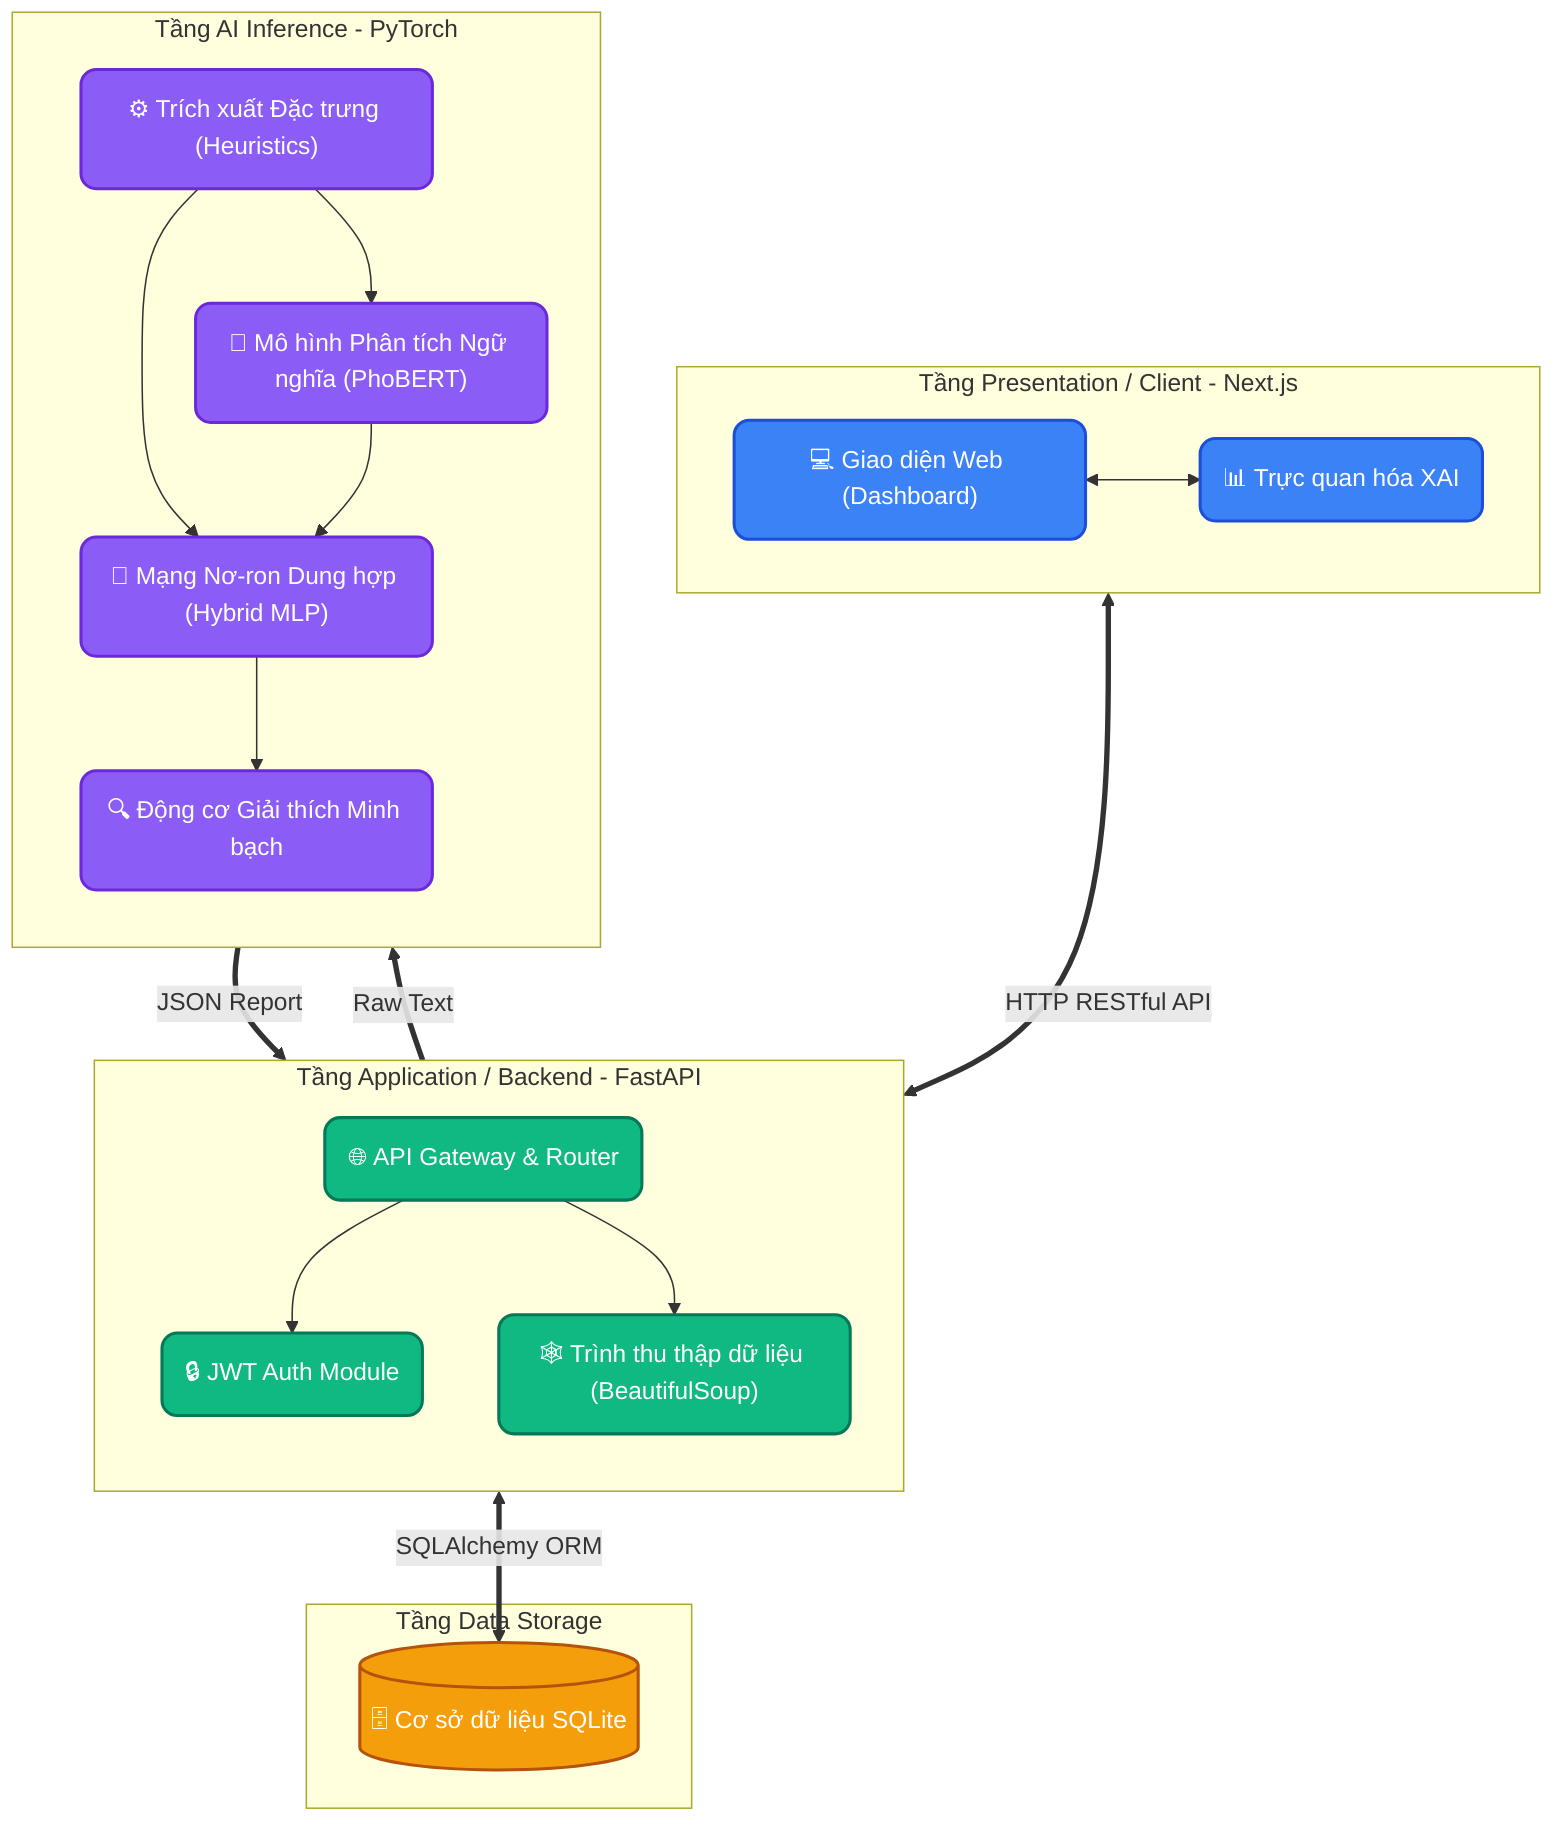
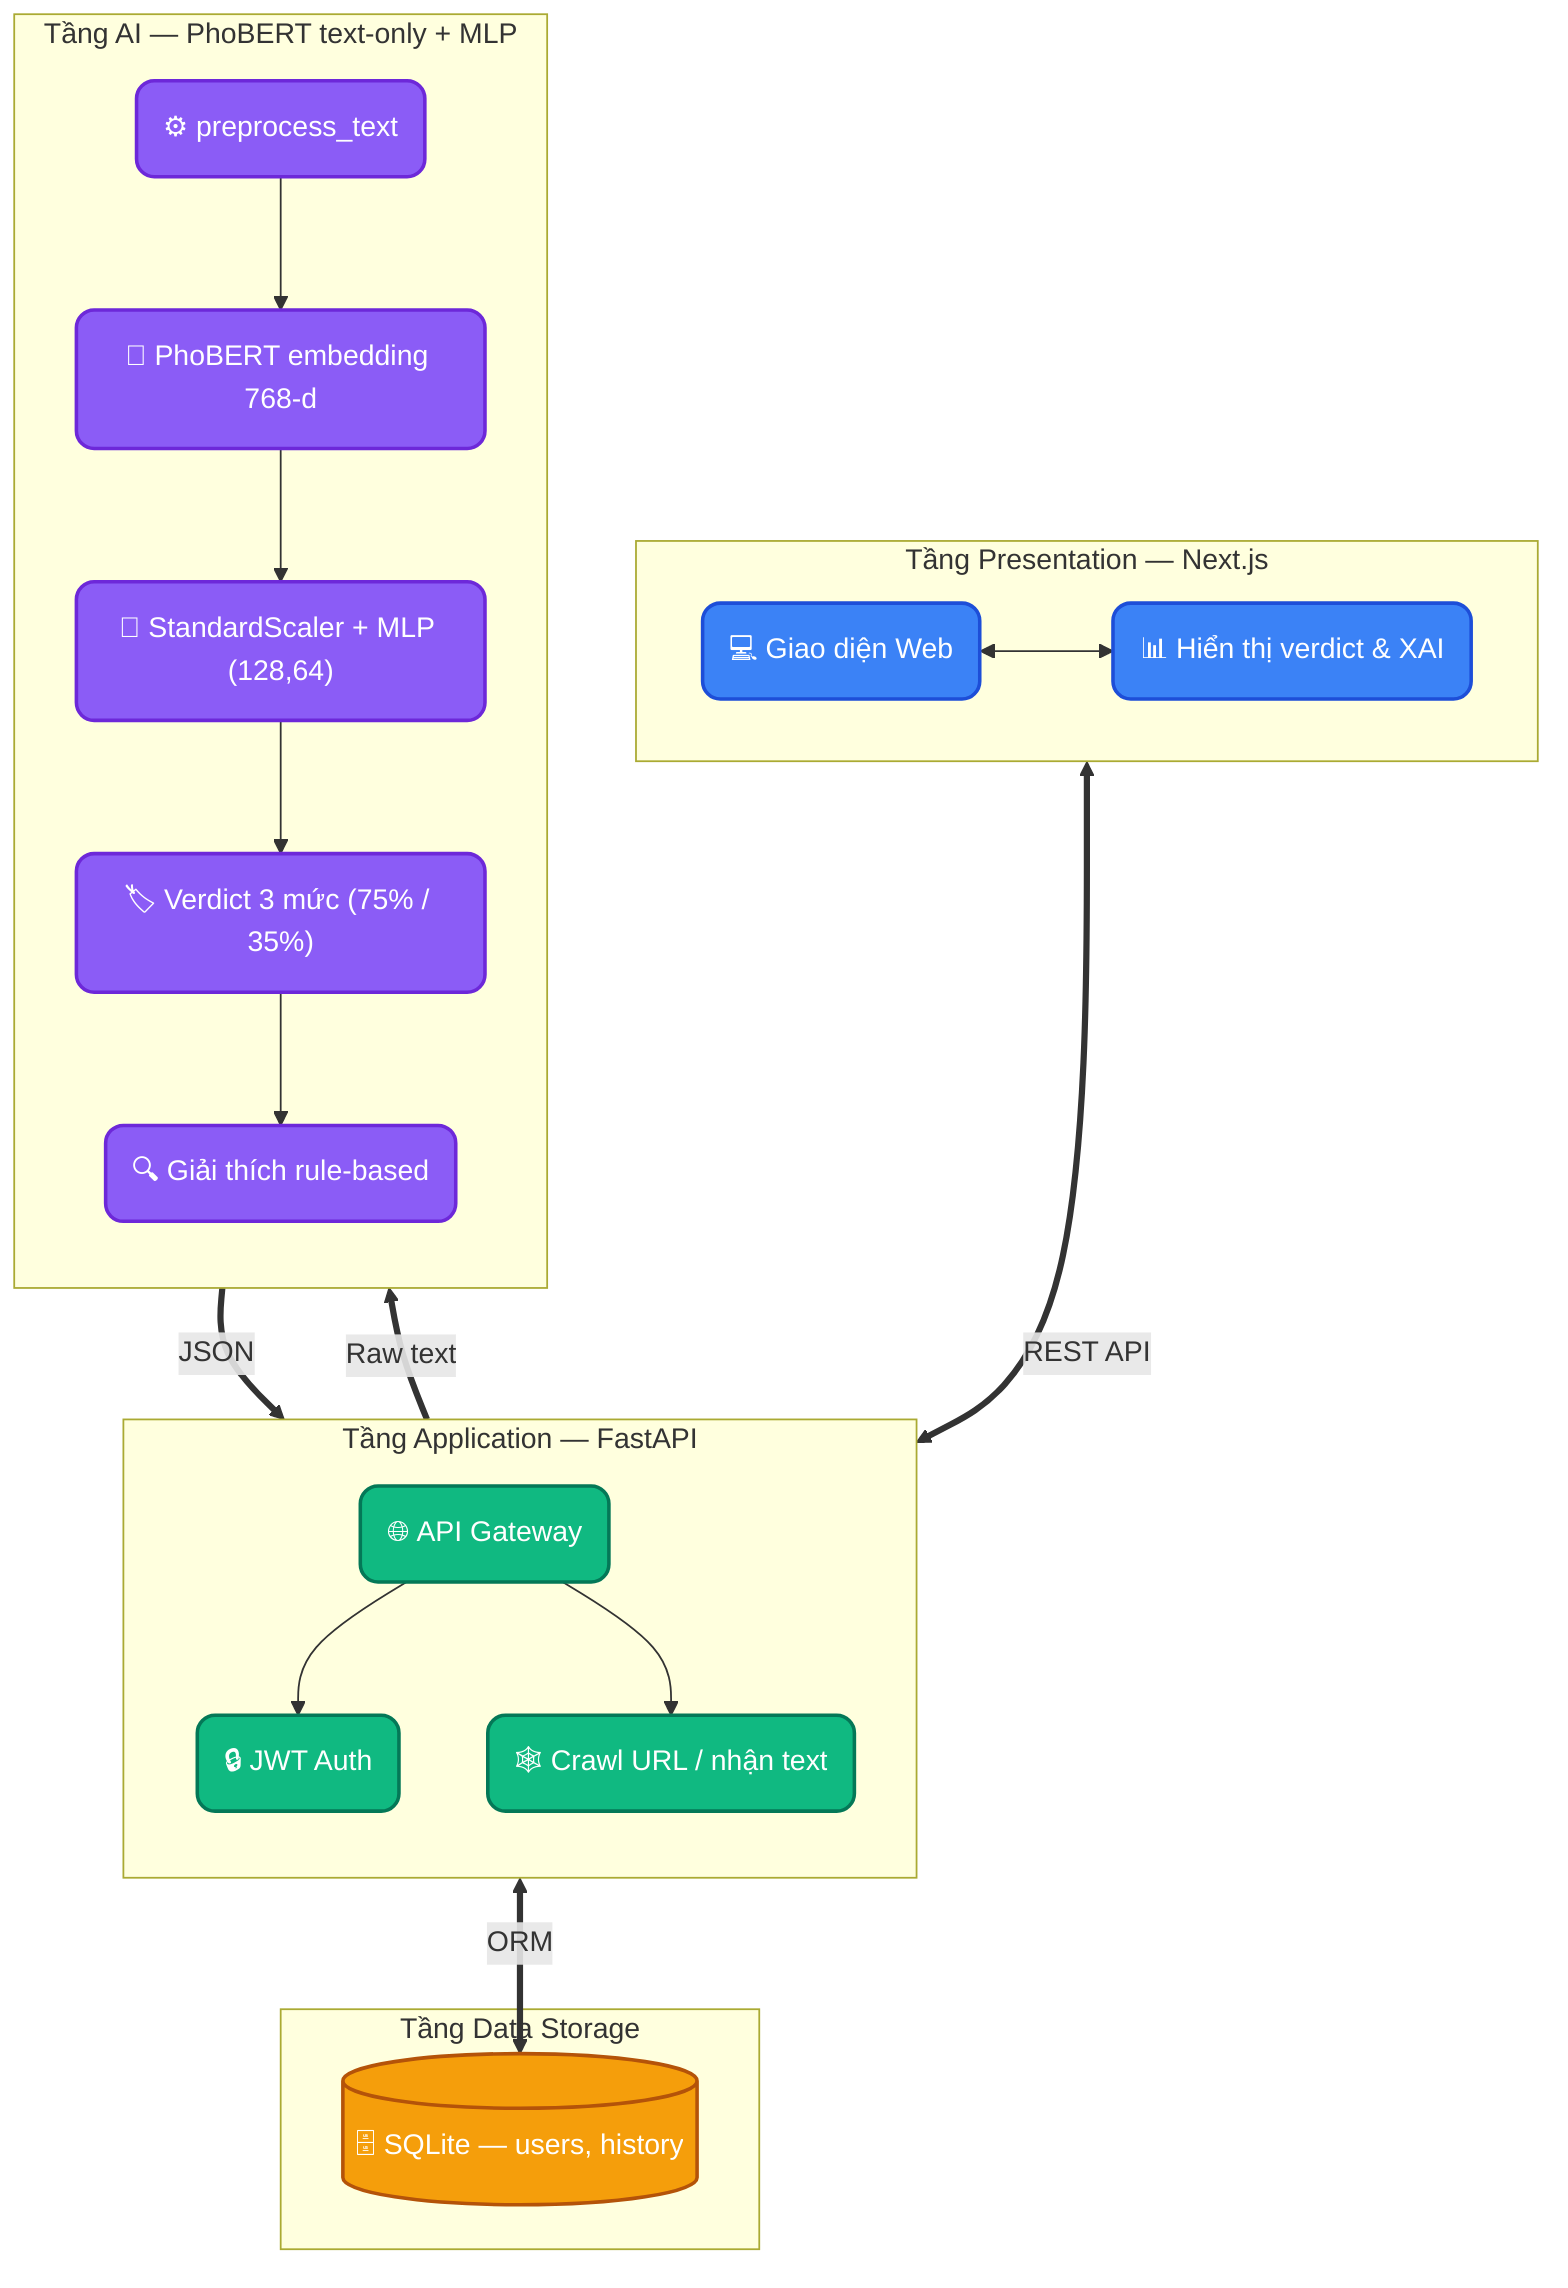
flowchart TB
-     %% Khai báo style CSS cho các node
    classDef client fill:#3b82f6,stroke:#1d4ed8,stroke-width:2px,color:#fff,rx:10px,ry:10px
    classDef api fill:#10b981,stroke:#047857,stroke-width:2px,color:#fff,rx:10px,ry:10px
    classDef ml fill:#8b5cf6,stroke:#6d28d9,stroke-width:2px,color:#fff,rx:10px,ry:10px
    classDef db fill:#f59e0b,stroke:#b45309,stroke-width:2px,color:#fff

-     subgraph TIER_CLIENT [Tầng Presentation / Client - Next.js]
+     subgraph TIER_CLIENT [Tầng Presentation — Next.js]
        direction LR
-         UI("💻 Giao diện Web (Dashboard)"):::client
-         XAI_UI("📊 Trực quan hóa XAI"):::client
+         UI("💻 Giao diện Web"):::client
+         XAI_UI("📊 Hiển thị verdict & XAI"):::client
        UI <--> XAI_UI
    end

-     subgraph TIER_SERVER [Tầng Application / Backend - FastAPI]
+     subgraph TIER_SERVER [Tầng Application — FastAPI]
        direction TB
-         Gateway("🌐 API Gateway & Router"):::api
-         Auth("🔒 JWT Auth Module"):::api
-         Scraper("🕸️ Trình thu thập dữ liệu (BeautifulSoup)"):::api
- 
+         Gateway("🌐 API Gateway"):::api
+         Auth("🔒 JWT Auth"):::api
+         Scraper("🕸️ Crawl URL / nhận text"):::api
        Gateway --> Auth
        Gateway --> Scraper
    end

-     subgraph TIER_ML [Tầng AI Inference - PyTorch]
+     subgraph TIER_ML [Tầng AI — PhoBERT text-only + MLP]
        direction TB
-         FeatureExt("⚙️ Trích xuất Đặc trưng (Heuristics)"):::ml
-         PhoBERT("🧠 Mô hình Phân tích Ngữ nghĩa (PhoBERT)"):::ml
-         MLP("🔀 Mạng Nơ-ron Dung hợp (Hybrid MLP)"):::ml
-         XAI("🔍 Động cơ Giải thích Minh bạch"):::ml
+         Preprocess("⚙️ preprocess_text"):::ml
+         PhoBERT("🧠 PhoBERT embedding 768-d"):::ml
+         ScalerMLP("📐 StandardScaler + MLP (128,64)"):::ml
+         Verdict("🏷️ Verdict 3 mức (75% / 35%)"):::ml
+         XAI("🔍 Giải thích rule-based"):::ml

-         FeatureExt --> PhoBERT
-         FeatureExt --> MLP
-         PhoBERT --> MLP
-         MLP --> XAI
+         Preprocess --> PhoBERT
+         PhoBERT --> ScalerMLP
+         ScalerMLP --> Verdict
+         Verdict --> XAI
    end

    subgraph TIER_DB [Tầng Data Storage]
-         SQLite[("🗄️ Cơ sở dữ liệu SQLite")]:::db
+         SQLite[("🗄️ SQLite — users, history")]:::db
    end

-     %% Tương tác luồng dữ liệu liên tầng
-     UI <==>|HTTP RESTful API| Gateway
-     Scraper ==>|Raw Text| FeatureExt
-     XAI ==>|JSON Report| Gateway
-     Gateway <==>|SQLAlchemy ORM| SQLite+     UI <==>|REST API| Gateway
+     Scraper ==>|Raw text| Preprocess
+     XAI ==>|JSON| Gateway
+     Gateway <==>|ORM| SQLite
